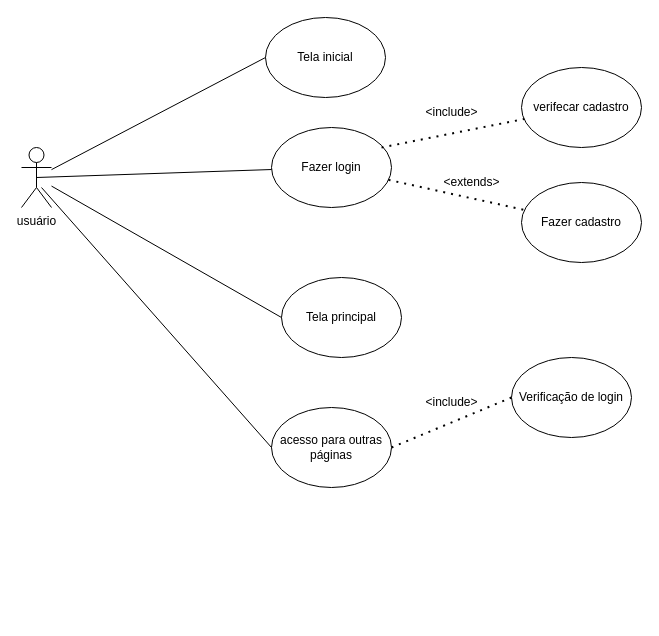
Earlier version of the draw.io diagram diagramas/diagrama_uso.drawio (pie172/FATEC_PI_2SEM_2023). Source tidied: cells renumbered, new cells numbered last; positions are measured from the earlier drawing's top-left corner, leaving out a move shared by most shapes. Both pictures are drawn from the tidied source at 100%, with x=0, y=0 at pixel (21, 17).
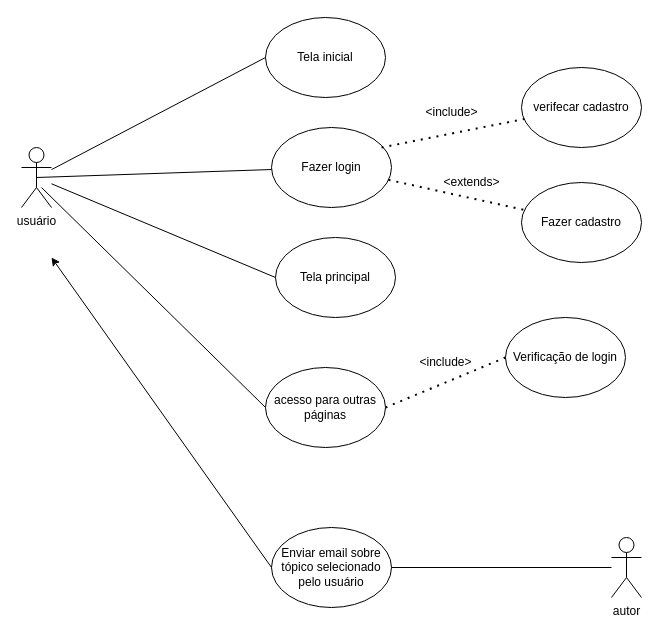
After the change.

Commit message (it also covers changes not shown here):
ultima atualizacao diagrama

Diff of the diagram source:
```diff
@@
     <mxCell id="5" value="Tela principal" style="ellipse;whiteSpace=wrap;html=1;" parent="1" vertex="1">
-      <mxGeometry x="260" y="260" width="120" height="80" as="geometry" />
+      <mxGeometry x="254" y="220" width="120" height="80" as="geometry" />
     </mxCell>
@@
     <mxCell id="7" value="acesso para outras páginas" style="ellipse;whiteSpace=wrap;html=1;" parent="1" vertex="1">
-      <mxGeometry x="250" y="390" width="120" height="80" as="geometry" />
+      <mxGeometry x="244" y="350" width="120" height="80" as="geometry" />
     </mxCell>
@@
     <mxCell id="11" value="Verificação de login" style="ellipse;whiteSpace=wrap;html=1;" parent="1" vertex="1">
-      <mxGeometry x="490" y="340" width="120" height="80" as="geometry" />
+      <mxGeometry x="484" y="300" width="120" height="80" as="geometry" />
     </mxCell>
@@
     <mxCell id="13" value="&amp;lt;include&amp;gt;" style="text;html=1;align=center;verticalAlign=middle;strokeColor=none;fillColor=none;" parent="1" vertex="1">
-      <mxGeometry x="390" y="370" width="80" height="30" as="geometry" />
+      <mxGeometry x="384" y="330" width="80" height="30" as="geometry" />
     </mxCell>
@@
+    <mxCell id="20" value="Enviar email sobre tópico selecionado pelo usuário" style="ellipse;whiteSpace=wrap;html=1;" parent="1" vertex="1">
+      <mxGeometry x="250" y="510" width="120" height="80" as="geometry" />
+    </mxCell>
+    <mxCell id="21" value="autor" style="shape=umlActor;verticalLabelPosition=bottom;verticalAlign=top;html=1;outlineConnect=0;" parent="1" vertex="1">
+      <mxGeometry x="590" y="520" width="30" height="60" as="geometry" />
+    </mxCell>
+    <mxCell id="22" style="endArrow=none;html=1;rounded=0;" parent="1" edge="1" source="20" target="21">
+      <mxGeometry relative="1" as="geometry" />
+    </mxCell>
+    <mxCell id="23" style="endArrow=classic;html=1;rounded=0;exitX=0;exitY=0.5;exitDx=0;exitDy=0;" parent="1" edge="1" source="20">
+      <mxGeometry relative="1" as="geometry">
+        <mxPoint x="30" y="240" as="targetPoint" />
+      </mxGeometry>
+    </mxCell>
```
